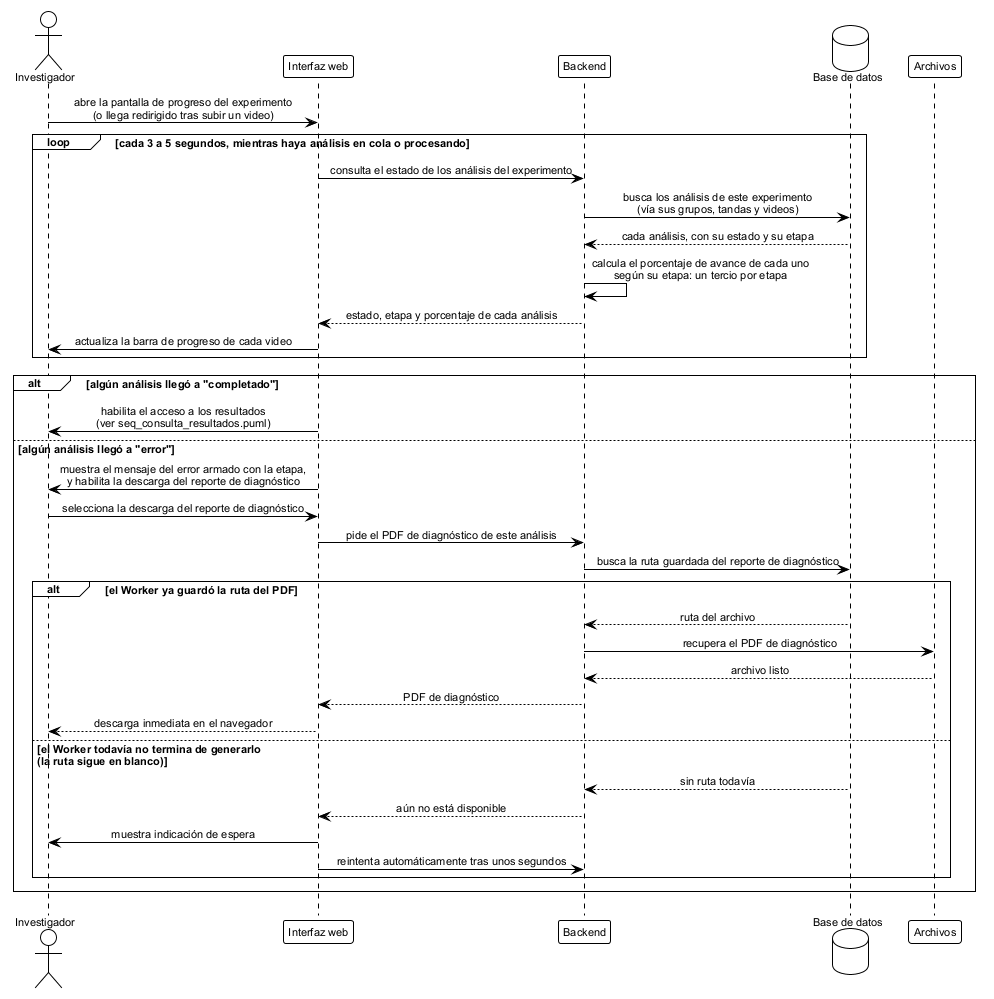
This is figures/mermaid/seq_consulta_progreso.png from ErickJester/fst-ai-system-latex, a PlantUML export, as it was before one commit.
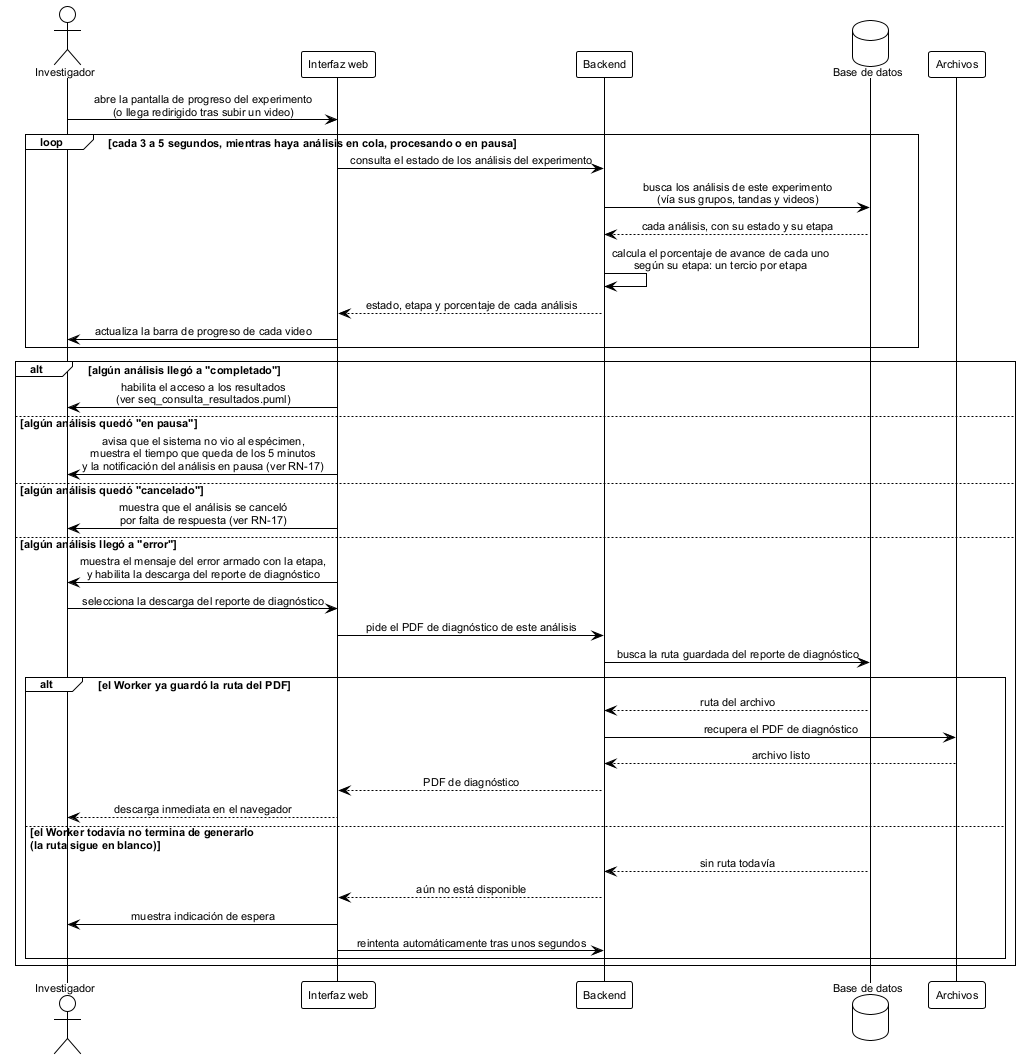
After the commit.

The edit, as a diff of the source:
```diff
@@ -15,7 +15,7 @@
 
 inv -> ui: abre la pantalla de progreso del experimento\n(o llega redirigido tras subir un video)
 
-loop cada 3 a 5 segundos, mientras haya análisis en cola o procesando
+loop cada 3 a 5 segundos, mientras haya análisis en cola, procesando o en pausa
   ui -> api: consulta el estado de los análisis del experimento
   api -> db: busca los análisis de este experimento\n(vía sus grupos, tandas y videos)
   db --> api: cada análisis, con su estado y su etapa
@@ -26,6 +26,10 @@
 
 alt algún análisis llegó a "completado"
   ui -> inv: habilita el acceso a los resultados\n(ver seq_consulta_resultados.puml)
+else algún análisis quedó "en pausa"
+  ui -> inv: avisa que el sistema no vio al espécimen,\nmuestra el tiempo que queda de los 5 minutos\ny la notificación del análisis en pausa (ver RN-17)
+else algún análisis quedó "cancelado"
+  ui -> inv: muestra que el análisis se canceló\npor falta de respuesta (ver RN-17)
 else algún análisis llegó a "error"
   ui -> inv: muestra el mensaje del error armado con la etapa,\ny habilita la descarga del reporte de diagnóstico
 
```
